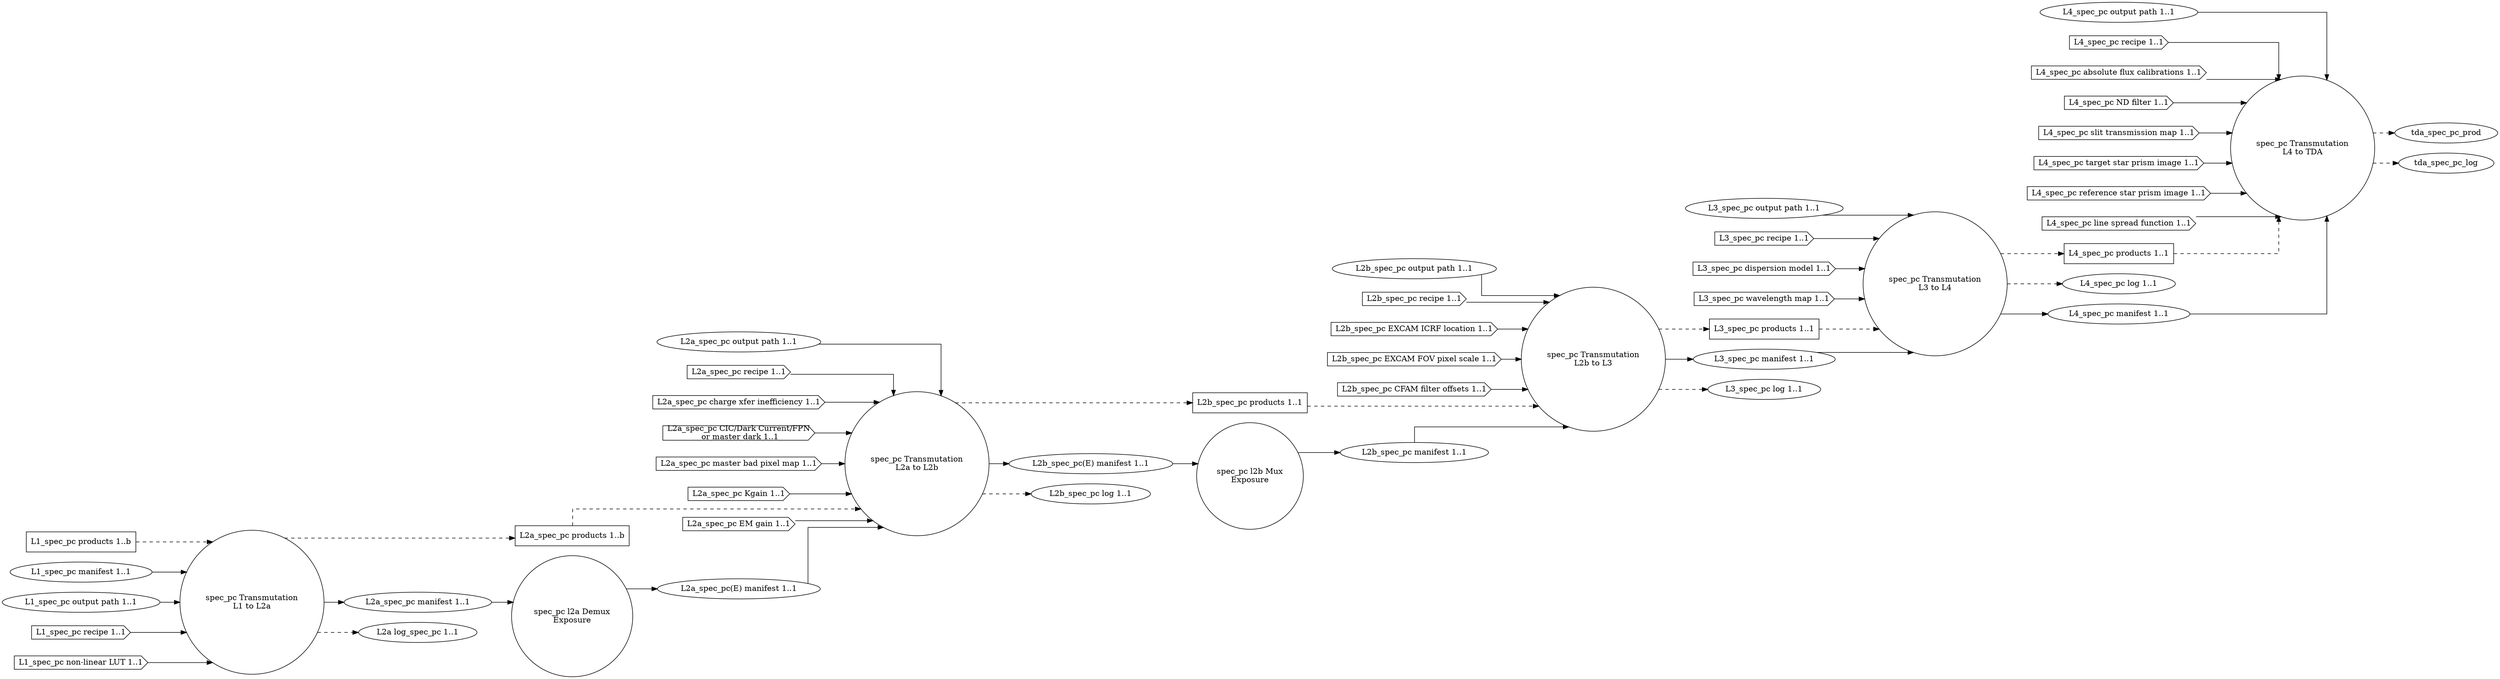
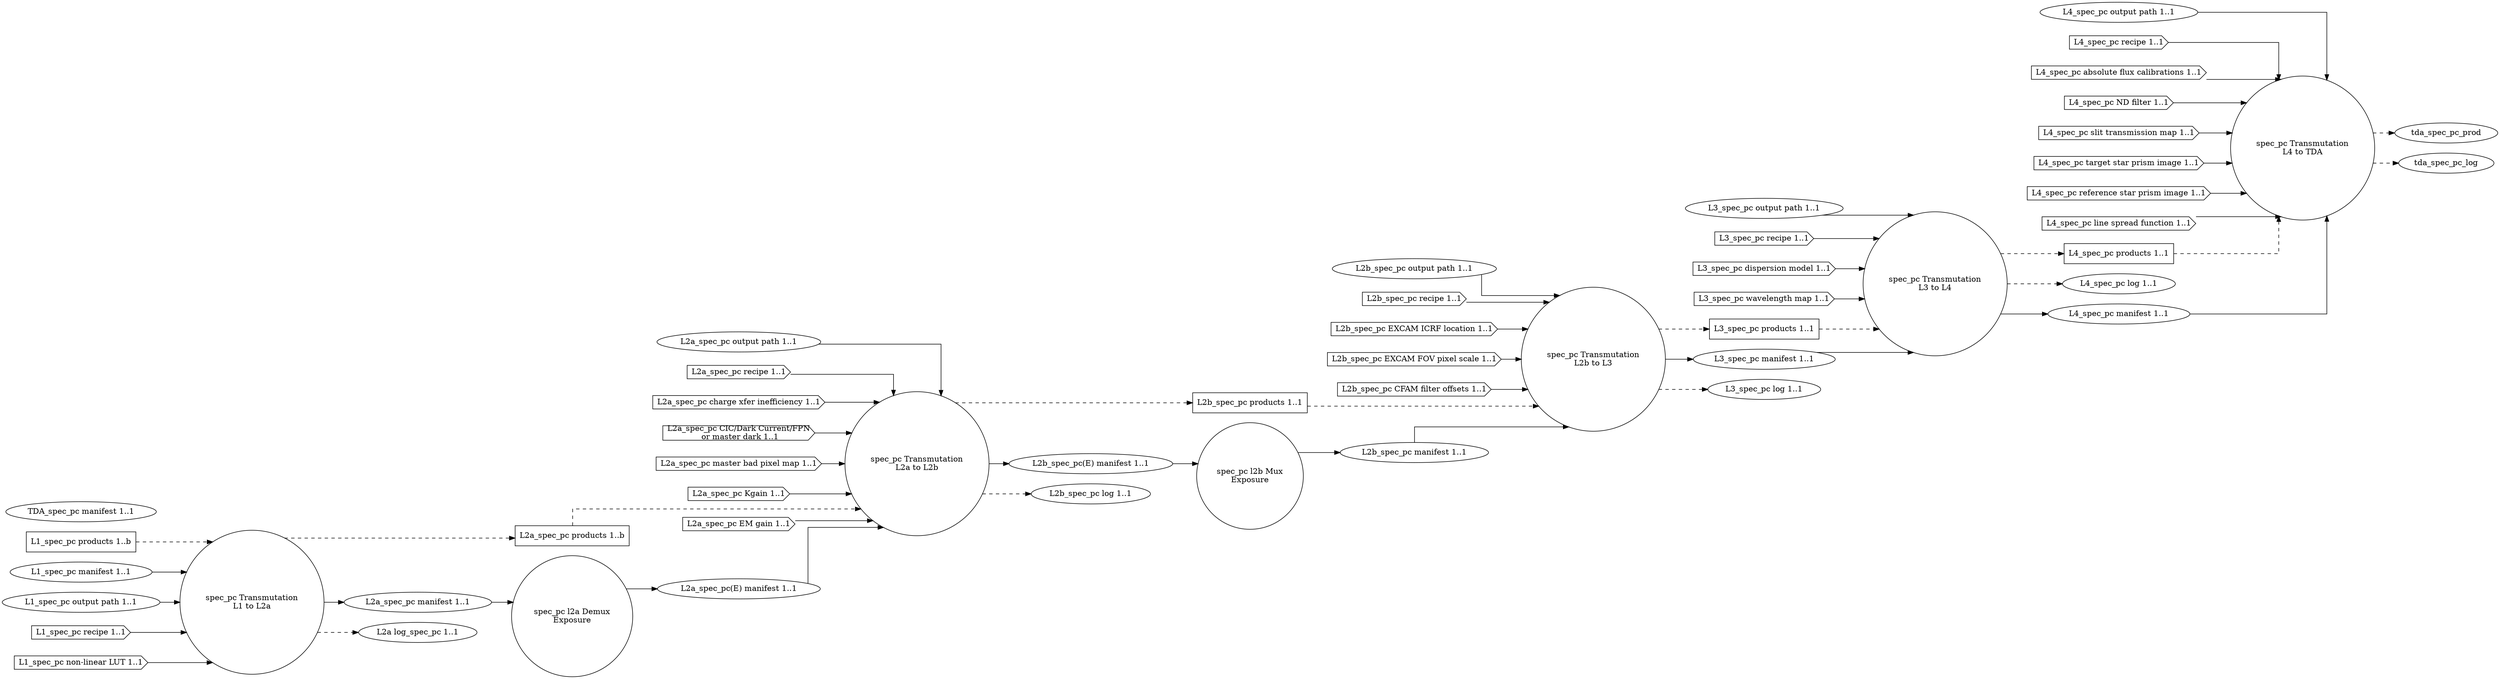
digraph SpectroscopyPhotonCount {
graph [splines="ortho", rankdir=LR];
trans_spec_pc_l1_l2a [label="spec_pc Transmutation\nL1 to L2a", shape="circle", runname="l1.transmutation_spec_pc", runtype="dawgie.Algorithm", fsmtype="dip.base.Runner"];
l2a_spec_pc_demux [label="spec_pc l2a Demux\nExposure", shape="circle", runname="l2a.demux_spec_pc", runtype="dawgie.Algorithm", fsmtype="dip.clerk.impls.demux.FSM"];
trans_spec_pc_l2a_l2b [label="spec_pc Transmutation\nL2a to L2b", shape="circle", runname="l2a.transmutation_spec_pc", runtype="dawgie.Algorithm", fsmtype="dip.base.Runner"];
l2b_spec_pc_mux [label="spec_pc l2b Mux\nExposure", shape="circle", runname="l2b.mux_spec_pc", runtype="dawgie.Analyzer", fsmtype="dip.clerk.impls.mux.FSM"];
trans_spec_pc_l2b_l3 [label="spec_pc Transmutation\nL2b to L3", shape="circle", runname="l2b.transmutation_spec_pc", runtype="dawgie.Algorithm", fsmtype="dip.base.Runner"];
trans_spec_pc_l3_l4 [label="spec_pc Transmutation\nL3 to L4", shape="circle", runname="l3.transmutation_spec_pc", runtype="dawgie.Algorithm", fsmtype="dip.base.Runner"];
trans_spec_pc_l4_tda [label="spec_pc Transmutation\nL4 to TDA", shape="circle", runname="l4.transmutation_spec_pc", runtype="dawgie.Algorithm", fsmtype="dip.base.Runner"];
l1_spec_pc_prod [label="L1_spec_pc products 1..b", shape="rectangle"];
l1_spec_pc_man [label="L1_spec_pc manifest 1..1", shape="ellipse"];
l1_spec_pc_odir [label="L1_spec_pc output path 1..1", shape="ellipse"];
l1_spec_pc_rec [label="L1_spec_pc recipe 1..1", shape="cds"];
l1_spec_pc_nllut [label="L1_spec_pc non-linear LUT 1..1", shape="cds"];
l2a_spec_pc_prod [label="L2a_spec_pc products 1..b", shape="rectangle"];
l2a_spec_pc_man [label="L2a_spec_pc manifest 1..1", shape="ellipse", valname="l1.transmutation_spec_pc.product.manifest", valtype="dip.base.Manifest"];
l2a_spec_pc_odir [label="L2a_spec_pc output path 1..1", shape="ellipse"];
l2a_spec_pc_rec [label="L2a_spec_pc recipe 1..1", shape="cds"];
l2a_spec_pc_cti [label="L2a_spec_pc charge xfer inefficiency 1..1", shape="cds"];
l2a_spec_pc_dnb [label="L2a_spec_pc CIC/Dark Current/FPN\n or master dark 1..1", shape="cds"];
l2a_spec_pc_mbpm [label="L2a_spec_pc master bad pixel map 1..1", shape="cds"];
l2a_spec_pc_kgain [label="L2a_spec_pc Kgain 1..1", shape="cds"];
l2a_spec_pc_emg [label="L2a_spec_pc EM gain 1..1", shape="cds"];
l2a_spec_pc_log [label="L2a log_spec_pc 1..1", shape="ellipse"];
l2a_spec_pc_man_demux [label="L2a_spec_pc(E) manifest 1..1", shape="ellipse", valname="l2a.demux_spec_pc.product.manifest", valtype="dip.base.Manifest"];
l2b_spec_pc_prod [label="L2b_spec_pc products 1..1", shape="rectangle"];
l2b_spec_pc_man [label="L2b_spec_pc manifest 1..1", shape="ellipse", valname="l2b.mux_spec_pc.product.manifest", valtype="dip.base.Manifest"];
l2b_spec_pc_odir [label="L2b_spec_pc output path 1..1", shape="ellipse"];
l2b_spec_pc_rec [label="L2b_spec_pc recipe 1..1", shape="cds"];
l2b_spec_pc_excicrf [label="L2b_spec_pc EXCAM ICRF location 1..1", shape="cds"];
l2b_spec_pc_excfovps [label="L2b_spec_pc EXCAM FOV pixel scale 1..1", shape="cds"];
l2b_spec_pc_cfamfo [label="L2b_spec_pc CFAM filter offsets 1..1", shape="cds"];
l2b_spec_pc_man_demux [label="L2b_spec_pc(E) manifest 1..1", shape="ellipse", valname="l2a.transmutation_spec_pc.product.manifest", valtype="dip.base.Manifest"];
l2b_spec_pc_log [label="L2b_spec_pc log 1..1", shape="ellipse"];
l3_spec_pc_prod [label="L3_spec_pc products 1..1", shape="rectangle"];
l3_spec_pc_odir [label="L3_spec_pc output path 1..1", shape="ellipse"];
l3_spec_pc_man [label="L3_spec_pc manifest 1..1", shape="ellipse", valname="l2b.transmutation_spec_pc.product.manifest", valtype="dip.base.Manifest"];
l3_spec_pc_rec [label="L3_spec_pc recipe 1..1", shape="cds"];
l3_spec_pc_dispm [label="L3_spec_pc dispersion model 1..1", shape="cds"];
l3_spec_pc_wavem [label="L3_spec_pc wavelength map 1..1", shape="cds"];
l3_spec_pc_log [label="L3_spec_pc log 1..1", shape="ellipse"];
l4_spec_pc_prod [label="L4_spec_pc products 1..1", shape="rectangle"];
l4_spec_pc_odir [label="L4_spec_pc output path 1..1", shape="ellipse"];
l4_spec_pc_log [label="L4_spec_pc log 1..1", shape="ellipse"];
l4_spec_pc_man [label="L4_spec_pc manifest 1..1", shape="ellipse", valname="l3.transmutation_spec_pc.product.manifest", valtype="dip.base.Manifest"];
l4_spec_pc_rec [label="L4_spec_pc recipe 1..1", shape="cds"];
l4_spec_pc_afcal [label="L4_spec_pc absolute flux calibrations 1..1", shape="cds"];
l4_spec_pc_ndfilt [label="L4_spec_pc ND filter 1..1", shape="cds"];
l4_spec_pc_stmap [label="L4_spec_pc slit transmission map 1..1", shape="cds"];
l4_spec_pc_tspi [label="L4_spec_pc target star prism image 1..1", shape="cds"];
l4_spec_pc_rspi [label="L4_spec_pc reference star prism image 1..1", shape="cds"];
l4_spec_pc_lsf [label="L4_spec_pc line spread function 1..1", shape="cds"];
+ tda_spec_pc_man [label="TDA_spec_pc manifest 1..1", shape="ellipse", valname="l4.transmutation_spec_pc.product.manifest", valtype="dip.base.Manifest"];
l1_spec_pc_prod -> trans_spec_pc_l1_l2a [style="dashed"];
l1_spec_pc_man -> trans_spec_pc_l1_l2a;
l1_spec_pc_odir -> trans_spec_pc_l1_l2a;
l1_spec_pc_rec -> trans_spec_pc_l1_l2a;
l1_spec_pc_nllut -> trans_spec_pc_l1_l2a;
trans_spec_pc_l1_l2a -> l2a_spec_pc_prod [style="dashed"];
trans_spec_pc_l1_l2a -> l2a_spec_pc_man;
trans_spec_pc_l1_l2a -> l2a_spec_pc_log [style="dashed"];
l2a_spec_pc_prod -> trans_spec_pc_l2a_l2b [style="dashed"];
l2a_spec_pc_odir -> trans_spec_pc_l2a_l2b;
l2a_spec_pc_rec -> trans_spec_pc_l2a_l2b;
l2a_spec_pc_cti -> trans_spec_pc_l2a_l2b;
l2a_spec_pc_dnb -> trans_spec_pc_l2a_l2b;
l2a_spec_pc_mbpm -> trans_spec_pc_l2a_l2b;
l2a_spec_pc_emg -> trans_spec_pc_l2a_l2b;
l2a_spec_pc_kgain -> trans_spec_pc_l2a_l2b;
trans_spec_pc_l2a_l2b -> l2b_spec_pc_prod [style="dashed"];
trans_spec_pc_l2a_l2b -> l2b_spec_pc_man_demux;
trans_spec_pc_l2a_l2b -> l2b_spec_pc_log [style="dashed"];
l2a_spec_pc_man -> l2a_spec_pc_demux;
l2a_spec_pc_demux -> l2a_spec_pc_man_demux;
l2a_spec_pc_man_demux -> trans_spec_pc_l2a_l2b;
l2b_spec_pc_man_demux -> l2b_spec_pc_mux;
l2b_spec_pc_mux -> l2b_spec_pc_man;
l2b_spec_pc_prod -> trans_spec_pc_l2b_l3 [style="dashed"];
l2b_spec_pc_man -> trans_spec_pc_l2b_l3;
l2b_spec_pc_odir -> trans_spec_pc_l2b_l3;
l2b_spec_pc_rec -> trans_spec_pc_l2b_l3;
l2b_spec_pc_excicrf -> trans_spec_pc_l2b_l3;
l2b_spec_pc_excfovps -> trans_spec_pc_l2b_l3;
l2b_spec_pc_cfamfo -> trans_spec_pc_l2b_l3;
trans_spec_pc_l2b_l3 -> l3_spec_pc_prod [style="dashed"];
trans_spec_pc_l2b_l3 -> l3_spec_pc_man;
trans_spec_pc_l2b_l3 -> l3_spec_pc_log [style="dashed"];
l3_spec_pc_prod -> trans_spec_pc_l3_l4 [style="dashed"];
l3_spec_pc_man -> trans_spec_pc_l3_l4;
l3_spec_pc_odir -> trans_spec_pc_l3_l4;
l3_spec_pc_rec -> trans_spec_pc_l3_l4;
l3_spec_pc_dispm -> trans_spec_pc_l3_l4;
l3_spec_pc_wavem -> trans_spec_pc_l3_l4;
trans_spec_pc_l3_l4 -> l4_spec_pc_prod [style="dashed"];
trans_spec_pc_l3_l4 -> l4_spec_pc_log [style="dashed"];
trans_spec_pc_l3_l4 -> l4_spec_pc_man;
l4_spec_pc_prod -> trans_spec_pc_l4_tda [style="dashed"];
l4_spec_pc_man -> trans_spec_pc_l4_tda;
l4_spec_pc_odir -> trans_spec_pc_l4_tda;
l4_spec_pc_rec -> trans_spec_pc_l4_tda;
l4_spec_pc_afcal -> trans_spec_pc_l4_tda;
l4_spec_pc_ndfilt -> trans_spec_pc_l4_tda;
l4_spec_pc_stmap -> trans_spec_pc_l4_tda;
l4_spec_pc_tspi -> trans_spec_pc_l4_tda;
l4_spec_pc_rspi -> trans_spec_pc_l4_tda;
l4_spec_pc_lsf -> trans_spec_pc_l4_tda;
trans_spec_pc_l4_tda -> tda_spec_pc_prod [style="dashed"];
trans_spec_pc_l4_tda -> tda_spec_pc_log [style="dashed"];
}
